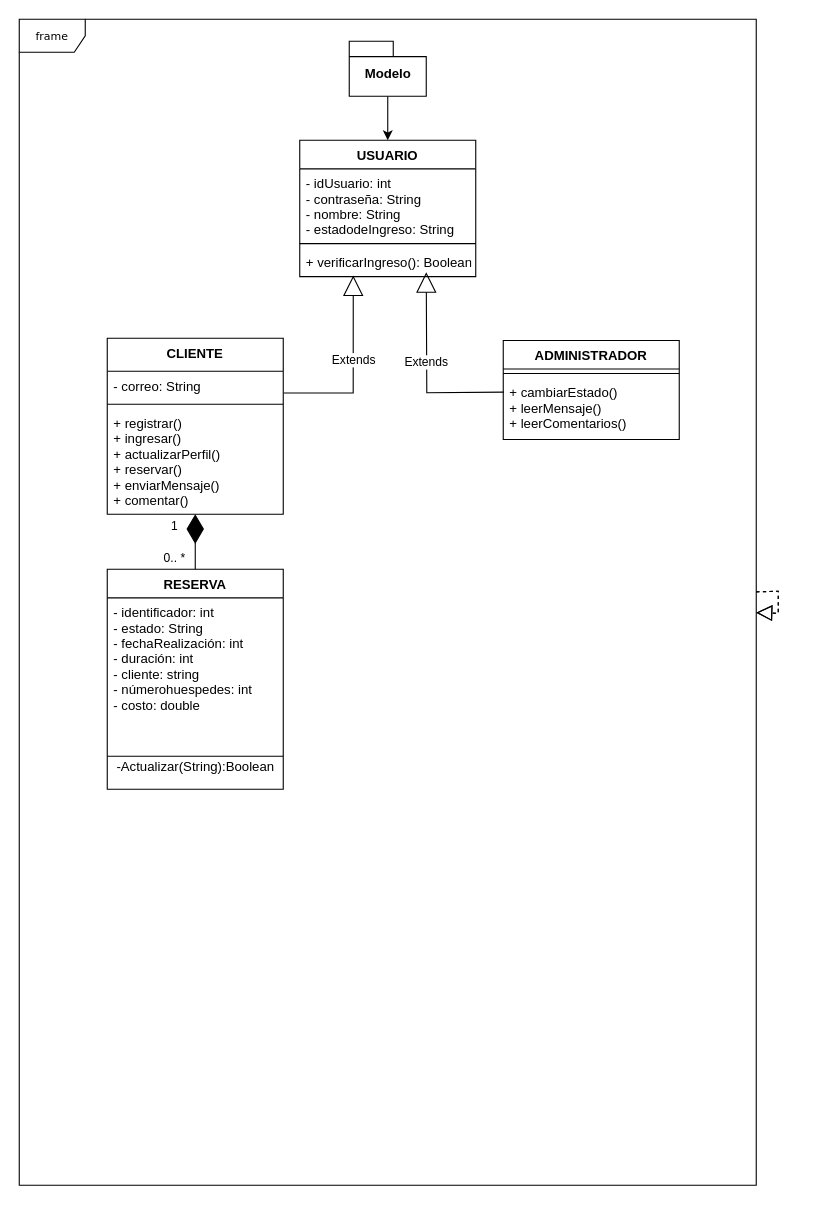
marcopedrozamt/ProyectoCaba-as keeps this draw.io diagram as Diagrama sin título.drawio. Above is the earlier version. Source tidied: cells renumbered, new cells numbered last; positions are measured from the earlier drawing's top-left corner, leaving out a move shared by most shapes. Both pictures are drawn from the tidied source at 110%, with x=0, y=0 at pixel (19, 19).
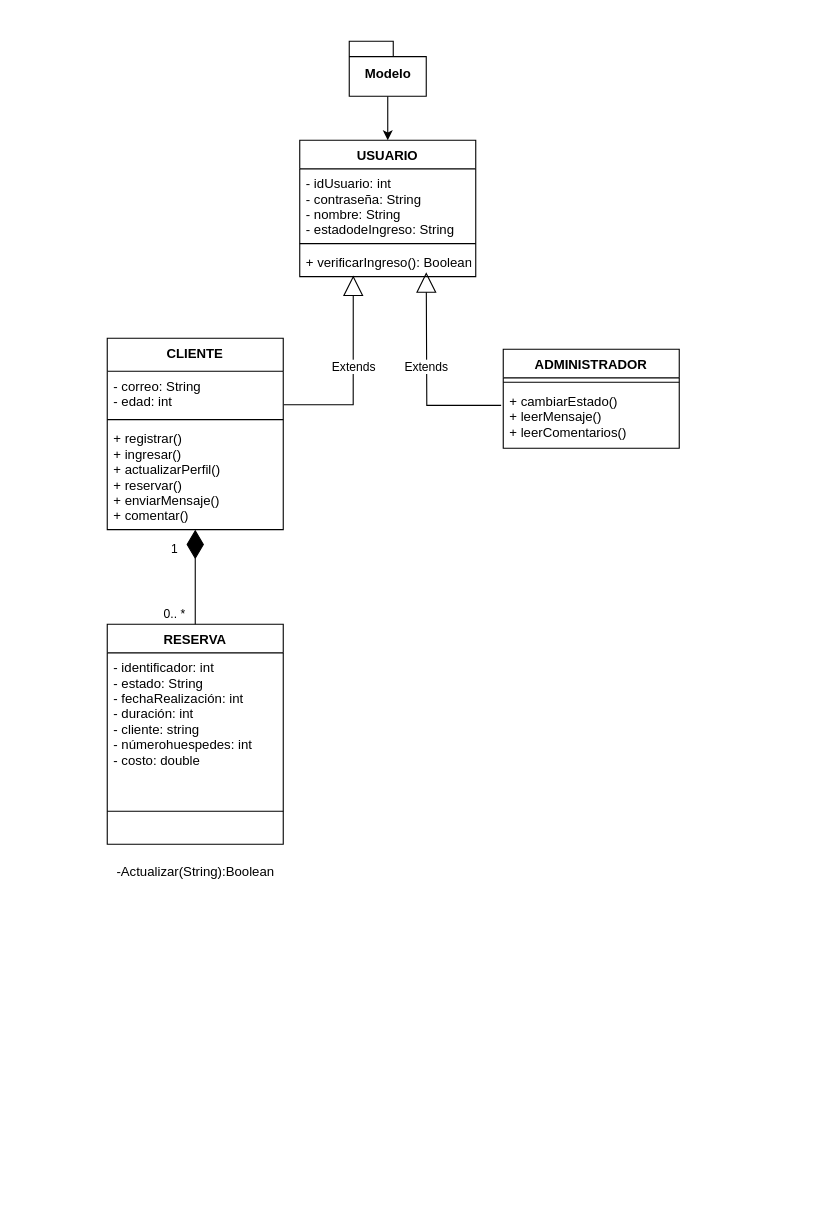
After the change.

Unchanged cells that the change refers to:
```xml
<mxCell id="14" value="+ cambiarEstado()&#10;+ leerMensaje()&#10;+ leerComentarios()" style="text;strokeColor=none;fillColor=none;align=left;verticalAlign=top;spacingLeft=4;spacingRight=4;overflow=hidden;points=[[0,0.5],[1,0.5]];portConstraint=eastwest;" parent="12" vertex="1">
  <mxGeometry y="34" width="160" height="56" as="geometry" />
</mxCell>
<mxCell id="20" style="endArrow=diamondThin;endFill=1;endSize=24;html=1;rounded=0;exitX=0.5;exitY=0;exitDx=0;exitDy=0;" parent="1" edge="1" source="17" target="11">
  <mxGeometry relative="1" as="geometry" />
</mxCell>
```

Change to the diagram source:
```diff
@@
     <mxCell id="8" value="CLIENTE" style="swimlane;fontStyle=1;align=center;verticalAlign=top;horizontal=1;startSize=30;" parent="1" vertex="1">
-      <mxGeometry x="80" y="290" width="160" height="160" as="geometry" />
+      <mxGeometry x="80" y="290" width="160" height="174" as="geometry" />
     </mxCell>
-    <mxCell id="9" value="- correo: String" style="text;strokeColor=none;fillColor=none;align=left;verticalAlign=top;spacingLeft=4;spacingRight=4;overflow=hidden;points=[[0,0.5],[1,0.5]];portConstraint=eastwest;" parent="8" vertex="1">
-      <mxGeometry y="30" width="160" height="26" as="geometry" />
+    <mxCell id="9" value="- correo: String&#10;- edad: int" style="text;strokeColor=none;fillColor=none;align=left;verticalAlign=top;spacingLeft=4;spacingRight=4;overflow=hidden;points=[[0,0.5],[1,0.5]];portConstraint=eastwest;" parent="8" vertex="1">
+      <mxGeometry y="30" width="160" height="40" as="geometry" />
     </mxCell>
     <mxCell id="10" style="line;strokeWidth=1;fillColor=none;align=left;verticalAlign=middle;spacingTop=-1;spacingLeft=3;spacingRight=3;labelPosition=right;strokeColor=inherit;" parent="8" vertex="1">
-      <mxGeometry y="56" width="160" height="8" as="geometry" />
+      <mxGeometry y="70" width="160" height="8" as="geometry" />
     </mxCell>
     <mxCell id="11" value="+ registrar()&#10;+ ingresar()&#10;+ actualizarPerfil()&#10;+ reservar()&#10;+ enviarMensaje()&#10;+ comentar()" style="text;strokeColor=none;fillColor=none;align=left;verticalAlign=top;spacingLeft=4;spacingRight=4;overflow=hidden;points=[[0,0.5],[1,0.5]];portConstraint=eastwest;" parent="8" vertex="1">
-      <mxGeometry y="64" width="160" height="96" as="geometry" />
+      <mxGeometry y="78" width="160" height="96" as="geometry" />
     </mxCell>
     <mxCell id="12" value="ADMINISTRADOR" style="swimlane;fontStyle=1;align=center;verticalAlign=top;horizontal=1;startSize=26;" parent="1" vertex="1">
-      <mxGeometry x="440" y="292" width="160" height="90" as="geometry" />
+      <mxGeometry x="440" y="300" width="160" height="90" as="geometry" />
     </mxCell>
@@
-    <mxCell id="16" value="Extends" style="endArrow=block;endSize=16;endFill=0;html=1;rounded=0;exitX=0.003;exitY=0.808;exitDx=0;exitDy=0;edgeStyle=orthogonalEdgeStyle;exitPerimeter=0;" parent="1" edge="1">
+    <mxCell id="16" value="Extends" style="endArrow=block;endSize=16;endFill=0;html=1;rounded=0;exitX=-0.012;exitY=0.304;exitDx=0;exitDy=0;edgeStyle=orthogonalEdgeStyle;exitPerimeter=0;" parent="1" edge="1" source="14">
       <mxGeometry x="0.09" relative="1" as="geometry">
-        <mxPoint x="440.5" y="339" as="sourcePoint" />
         <mxPoint x="370" y="230" as="targetPoint" />
       </mxGeometry>
     </mxCell>
     <mxCell id="17" value="RESERVA" style="swimlane;fontStyle=1;align=center;verticalAlign=top;horizontal=1;startSize=26;" parent="1" vertex="1">
-      <mxGeometry x="80" y="500" width="160" height="200" as="geometry" />
+      <mxGeometry x="80" y="550" width="160" height="200" as="geometry" />
     </mxCell>
@@
     <mxCell id="21" value="0.. *" style="edgeLabel;html=1;align=center;verticalAlign=middle;" parent="20" vertex="1">
       <mxGeometry x="0.38" y="3" relative="1" as="geometry">
-        <mxPoint x="-17" y="24" as="offset" />
+        <mxPoint x="-17" y="49" as="offset" />
       </mxGeometry>
     </mxCell>
@@
-    <mxCell id="23" value="frame" style="shape=umlFrame;whiteSpace=wrap;html=1;rounded=0;shadow=0;comic=0;labelBackgroundColor=none;strokeWidth=1;fontFamily=Verdana;fontSize=10;align=center;" parent="1" vertex="1">
-      <mxGeometry width="670" height="1060" as="geometry" />
-    </mxCell>
     <mxCell id="24" value="-Actualizar(String):Boolean" style="text;html=1;align=center;verticalAlign=middle;strokeColor=none;fillColor=none;" parent="1" vertex="1">
-      <mxGeometry x="75" y="665" width="170" height="30" as="geometry" />
+      <mxGeometry x="75" y="760" width="170" height="30" as="geometry" />
     </mxCell>
-    <mxCell id="25" style="endArrow=block;dashed=1;endFill=0;endSize=12;html=1;rounded=0;" parent="1" edge="1" source="23" target="23">
-      <mxGeometry relative="1" as="geometry" />
-    </mxCell>
-    <mxCell id="26" style="endArrow=block;dashed=1;endFill=0;endSize=12;html=1;rounded=0;" parent="1" edge="1" source="23" target="23">
-      <mxGeometry relative="1" as="geometry" />
-    </mxCell>
```
